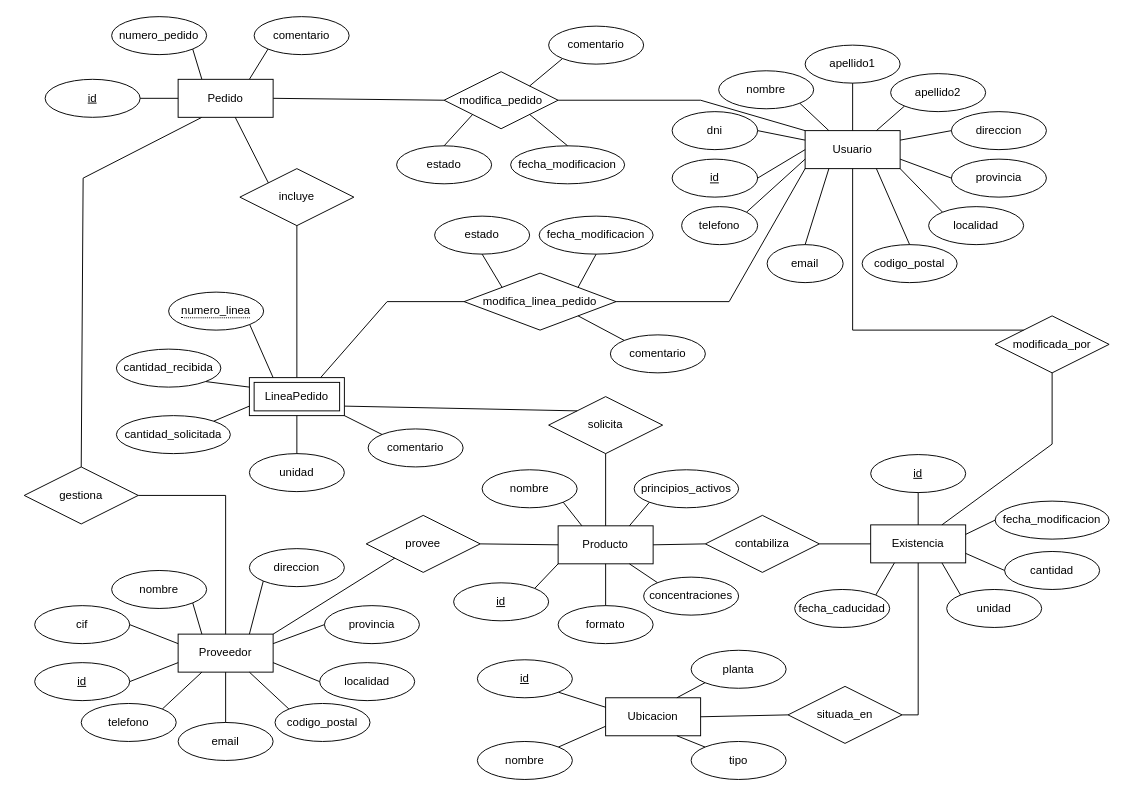
This is Diagrama sin título.drawio from mariopr25/AlmacenMedicamentosER, a draw.io file, before an edit. Source tidied: cells renumbered, new cells numbered last; positions are measured from the earlier drawing's top-left corner, leaving out a move shared by most shapes. Both pictures are drawn from the tidied source at 95%, with x=0, y=0 at pixel (16, 16).
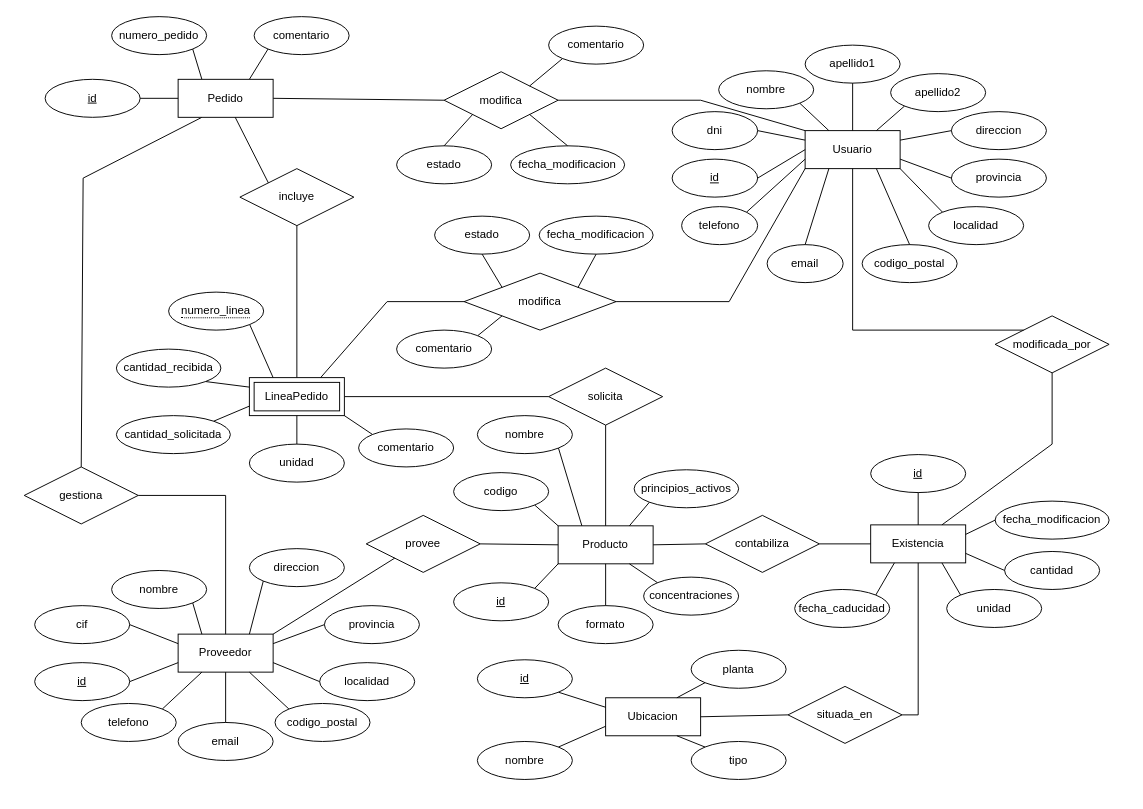
The same page after the edit.

Commit message:
añadido atributo codigo a Producto

Unchanged cells that the change refers to:
```xml
<mxCell id="57" style="group;" parent="1" vertex="1">
  <mxGeometry x="410" y="474" width="360" height="162" as="geometry" />
</mxCell>
<mxCell id="58" value="Producto" style="whiteSpace=wrap;html=1;align=center;" parent="57" vertex="1">
  <mxGeometry x="160" y="62" width="100" height="40" as="geometry" />
</mxCell>
<mxCell id="112" value="LineaPedido" style="shape=ext;margin=3;double=1;whiteSpace=wrap;html=1;align=center;" parent="111" vertex="1">
  <mxGeometry x="140" y="80" width="100" height="40" as="geometry" />
</mxCell>
```

The edit, as a diff of the source:
```diff
@@
-    <mxCell id="59" value="nombre" style="ellipse;whiteSpace=wrap;html=1;align=center;" parent="57" vertex="1">
-      <mxGeometry x="80" y="3" width="100" height="40" as="geometry" />
-    </mxCell>
@@
-    <mxCell id="64" style="endArrow=none;html=1;rounded=0;exitX=1;exitY=1;exitDx=0;exitDy=0;entryX=0.25;entryY=0;entryDx=0;entryDy=0;" parent="57" edge="1" source="59" target="58">
-      <mxGeometry relative="1" as="geometry" />
-    </mxCell>
@@
-    <mxCell id="93" value="modifica_pedido" style="shape=rhombus;perimeter=rhombusPerimeter;whiteSpace=wrap;html=1;align=center;" parent="1" vertex="1">
+    <mxCell id="93" value="modifica" style="shape=rhombus;perimeter=rhombusPerimeter;whiteSpace=wrap;html=1;align=center;" parent="1" vertex="1">
       <mxGeometry x="450" y="58" width="120" height="60" as="geometry" />
     </mxCell>
@@
     <mxCell id="105" value="&lt;div&gt;solicita&lt;/div&gt;" style="shape=rhombus;perimeter=rhombusPerimeter;whiteSpace=wrap;html=1;align=center;" parent="1" vertex="1">
-      <mxGeometry x="560" y="400" width="120" height="60" as="geometry" />
+      <mxGeometry x="560" y="370" width="120" height="60" as="geometry" />
     </mxCell>
@@
-    <mxCell id="108" style="endArrow=none;html=1;rounded=0;exitX=1;exitY=0.75;exitDx=0;exitDy=0;entryX=0;entryY=0;entryDx=0;entryDy=0;" parent="1" edge="1" source="112" target="105">
+    <mxCell id="108" style="endArrow=none;html=1;rounded=0;exitX=1;exitY=0.5;exitDx=0;exitDy=0;entryX=0;entryY=0.5;entryDx=0;entryDy=0;" parent="1" edge="1" source="112" target="105">
       <mxGeometry relative="1" as="geometry" />
     </mxCell>
@@
-    <mxCell id="110" value="modifica_linea_pedido" style="shape=rhombus;perimeter=rhombusPerimeter;whiteSpace=wrap;html=1;align=center;" parent="1" vertex="1">
+    <mxCell id="110" value="modifica" style="shape=rhombus;perimeter=rhombusPerimeter;whiteSpace=wrap;html=1;align=center;" parent="1" vertex="1">
       <mxGeometry x="471" y="270" width="160" height="60" as="geometry" />
     </mxCell>
     <mxCell id="111" style="group;" parent="1" vertex="1">
-      <mxGeometry x="105" y="300" width="390" height="200" as="geometry" />
+      <mxGeometry x="105" y="300" width="480" height="230" as="geometry" />
     </mxCell>
@@
     <mxCell id="115" value="unidad" style="ellipse;whiteSpace=wrap;html=1;align=center;" parent="111" vertex="1">
-      <mxGeometry x="140" y="160" width="100" height="40" as="geometry" />
+      <mxGeometry x="140" y="150" width="100" height="40" as="geometry" />
     </mxCell>
     <mxCell id="116" value="comentario" style="ellipse;whiteSpace=wrap;html=1;align=center;" parent="111" vertex="1">
-      <mxGeometry x="265" y="134" width="100" height="40" as="geometry" />
+      <mxGeometry x="255" y="134" width="100" height="40" as="geometry" />
     </mxCell>
@@
+    <mxCell id="133" value="comentario" style="ellipse;whiteSpace=wrap;html=1;align=center;" parent="111" vertex="1">
+      <mxGeometry x="295" y="30" width="100" height="40" as="geometry" />
+    </mxCell>
+    <mxCell id="140" value="codigo" style="ellipse;whiteSpace=wrap;html=1;align=center;" parent="111" vertex="1">
+      <mxGeometry x="355" y="180" width="100" height="40" as="geometry" />
+    </mxCell>
+    <mxCell id="59" value="nombre" style="ellipse;whiteSpace=wrap;html=1;align=center;" parent="111" vertex="1">
+      <mxGeometry x="380" y="120" width="100" height="40" as="geometry" />
+    </mxCell>
@@
-    <mxCell id="133" value="comentario" style="ellipse;whiteSpace=wrap;html=1;align=center;" parent="1" vertex="1">
-      <mxGeometry x="625" y="335" width="100" height="40" as="geometry" />
-    </mxCell>
-    <mxCell id="134" style="endArrow=none;html=1;rounded=0;entryX=0;entryY=0;entryDx=0;entryDy=0;exitX=1;exitY=1;exitDx=0;exitDy=0;" parent="1" edge="1" source="110" target="133">
+    <mxCell id="134" style="endArrow=none;html=1;rounded=0;entryX=1;entryY=0;entryDx=0;entryDy=0;exitX=0;exitY=1;exitDx=0;exitDy=0;" parent="1" edge="1" source="110" target="133">
       <mxGeometry relative="1" as="geometry" />
     </mxCell>
@@
+    <mxCell id="64" style="endArrow=none;html=1;rounded=0;exitX=1;exitY=1;exitDx=0;exitDy=0;entryX=0.25;entryY=0;entryDx=0;entryDy=0;" parent="1" edge="1" source="59" target="58">
+      <mxGeometry relative="1" as="geometry" />
+    </mxCell>
+    <mxCell id="141" style="endArrow=none;html=1;rounded=0;entryX=0;entryY=0;entryDx=0;entryDy=0;exitX=1;exitY=1;exitDx=0;exitDy=0;" parent="1" edge="1" source="140" target="58">
+      <mxGeometry relative="1" as="geometry" />
+    </mxCell>
```
